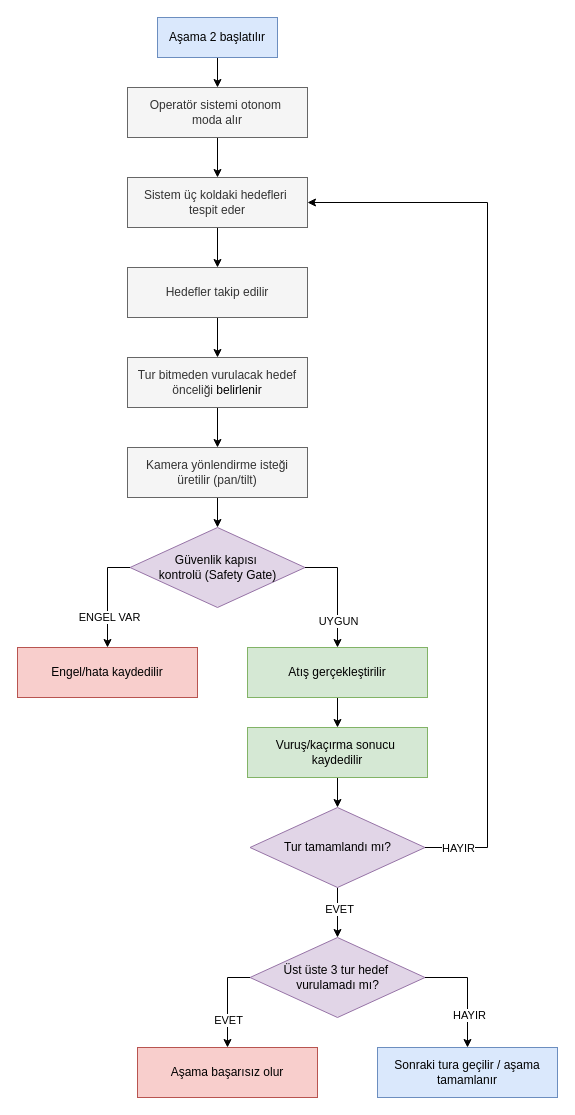
Before: page "Page-5" (5 of 8) of reports/diyagramlar/ktr-diyagramlari.drawio in AlperKartkaya/gokkalkan, a draw.io diagram. Source tidied: cells renumbered, new cells numbered last; positions are measured from the earlier drawing's top-left corner, leaving out a move shared by most shapes. Both pictures are drawn from the tidied source at 100%, with x=0, y=0 at pixel (17, 17).
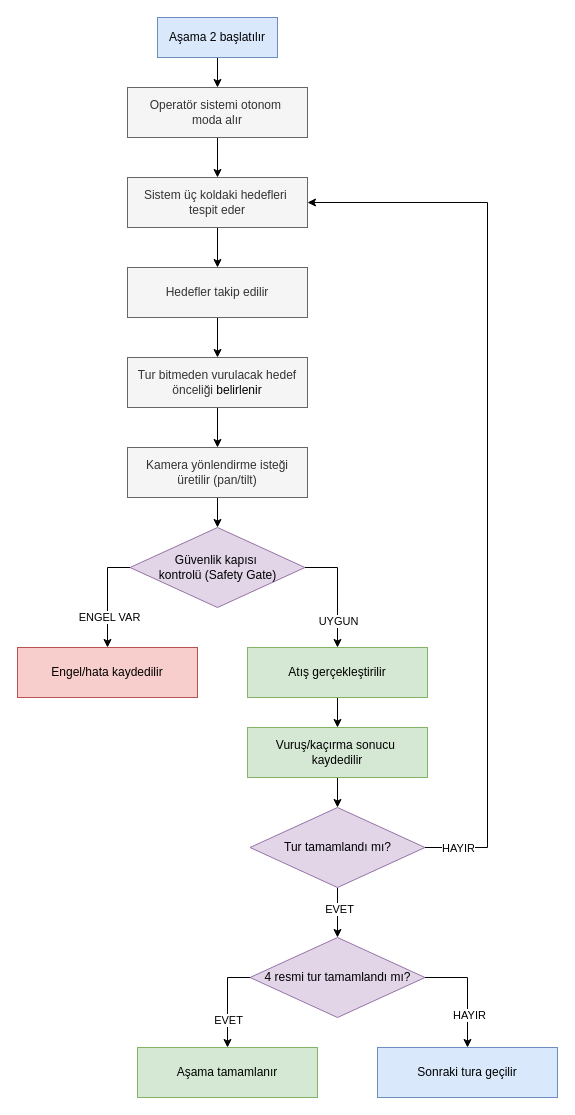
After the change.

Change to the diagram source:
```diff
@@
-    <mxCell id="33" value="Üst üste 3 tur hedef&amp;nbsp;&lt;div&gt;vurulamadı mı?&lt;/div&gt;" style="rhombus;whiteSpace=wrap;html=1;fillColor=#e1d5e7;strokeColor=#9673a6;" parent="1" vertex="1">
+    <mxCell id="33" value="4 resmi tur tamamlandı mı?" style="rhombus;whiteSpace=wrap;html=1;fillColor=#e1d5e7;strokeColor=#9673a6;" parent="1" vertex="1">
       <mxGeometry x="232.5" y="920" width="175" height="80" as="geometry" />
     </mxCell>
-    <mxCell id="34" value="Aşama başarısız olur" style="rounded=0;whiteSpace=wrap;html=1;fillColor=#f8cecc;strokeColor=#b85450;" parent="1" vertex="1">
+    <mxCell id="34" value="Aşama tamamlanır" style="rounded=0;whiteSpace=wrap;html=1;fillColor=#d5e8d4;strokeColor=#82b366;" parent="1" vertex="1">
       <mxGeometry x="120" y="1030" width="180" height="50" as="geometry" />
     </mxCell>
-    <mxCell id="35" value="Sonraki tura geçilir / aşama tamamlanır" style="rounded=0;whiteSpace=wrap;html=1;fillColor=#dae8fc;strokeColor=#6c8ebf;" parent="1" vertex="1">
+    <mxCell id="35" value="Sonraki tura geçilir" style="rounded=0;whiteSpace=wrap;html=1;fillColor=#dae8fc;strokeColor=#6c8ebf;" parent="1" vertex="1">
       <mxGeometry x="360" y="1030" width="180" height="50" as="geometry" />
     </mxCell>
```
